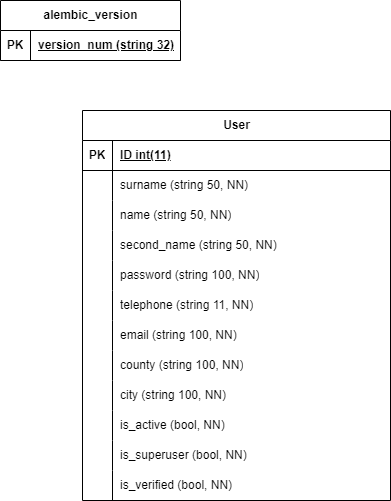
Above: Блок-схема базы.png in NikaMurs/profi24 (draw.io), before the change. Source tidied: cells renumbered, new cells last; positions are measured from the earlier drawing's top-left corner, leaving out a move shared by most shapes.
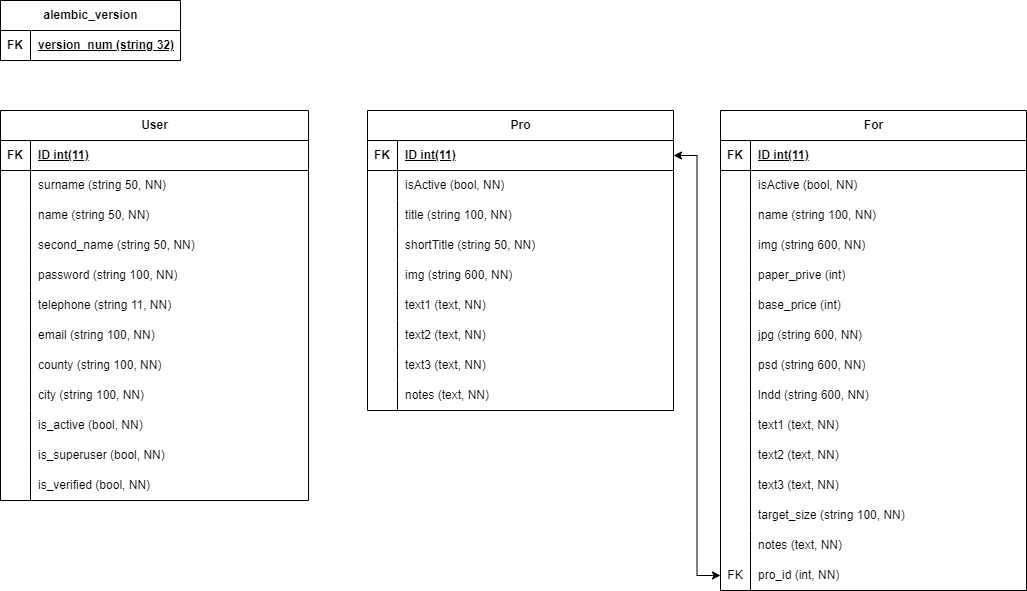
After the commit.

Change to the diagram source:
```diff
@@ -3,12 +3,12 @@
     <mxCell id="0" />
     <mxCell id="1" parent="0" />
     <mxCell id="2" value="User" style="shape=table;startSize=30;rowLines=0;fontStyle=1;align=center;html=1;" parent="1" vertex="1">
-      <mxGeometry x="82" y="110" width="308" height="390" as="geometry" />
+      <mxGeometry y="110" width="308" height="390" as="geometry" />
     </mxCell>
     <mxCell id="3" style="shape=tableRow;horizontal=0;startSize=0;swimlaneHead=0;swimlaneBody=0;fillColor=none;top=0;left=0;right=0;bottom=1;" parent="2" vertex="1">
       <mxGeometry y="30" width="308" height="30" as="geometry" />
     </mxCell>
-    <mxCell id="4" value="PK" style="shape=partialRectangle;fillColor=none;top=0;left=0;bottom=0;right=0;fontStyle=1;overflow=hidden;whiteSpace=wrap;html=1;" parent="3" vertex="1">
+    <mxCell id="4" value="FK" style="shape=partialRectangle;fillColor=none;top=0;left=0;bottom=0;right=0;fontStyle=1;overflow=hidden;whiteSpace=wrap;html=1;" parent="3" vertex="1">
       <mxGeometry width="30" height="30" as="geometry" />
     </mxCell>
     <mxCell id="5" value="ID int(11)" style="shape=partialRectangle;fillColor=none;top=0;left=0;bottom=0;right=0;align=left;spacingLeft=6;fontStyle=5;overflow=hidden;whiteSpace=wrap;html=1;" parent="3" vertex="1">
@@ -119,11 +119,236 @@
     <mxCell id="40" style="shape=tableRow;horizontal=0;startSize=0;swimlaneHead=0;swimlaneBody=0;fillColor=none;top=0;left=0;right=0;bottom=1;" parent="39" vertex="1">
       <mxGeometry y="30" width="180" height="30" as="geometry" />
     </mxCell>
-    <mxCell id="41" value="PK" style="shape=partialRectangle;fillColor=none;top=0;left=0;bottom=0;right=0;fontStyle=1;overflow=hidden;whiteSpace=wrap;html=1;" parent="40" vertex="1">
+    <mxCell id="41" value="FK" style="shape=partialRectangle;fillColor=none;top=0;left=0;bottom=0;right=0;fontStyle=1;overflow=hidden;whiteSpace=wrap;html=1;" parent="40" vertex="1">
       <mxGeometry width="30" height="30" as="geometry" />
     </mxCell>
     <mxCell id="42" value="version_num (string 32)" style="shape=partialRectangle;fillColor=none;top=0;left=0;bottom=0;right=0;align=left;spacingLeft=6;fontStyle=5;overflow=hidden;whiteSpace=wrap;html=1;" parent="40" vertex="1">
       <mxGeometry x="30" width="150" height="30" as="geometry" />
     </mxCell>
+    <mxCell id="43" value="Pro" style="shape=table;startSize=30;rowLines=0;fontStyle=1;align=center;html=1;" parent="1" vertex="1">
+      <mxGeometry x="367" y="110" width="306" height="300" as="geometry" />
+    </mxCell>
+    <mxCell id="44" style="shape=tableRow;horizontal=0;startSize=0;swimlaneHead=0;swimlaneBody=0;fillColor=none;points=[[0,0.5],[1,0.5]];portConstraint=eastwest;top=0;left=0;right=0;bottom=1;" parent="43" vertex="1">
+      <mxGeometry y="30" width="306" height="30" as="geometry" />
+    </mxCell>
+    <mxCell id="45" value="FK" style="shape=partialRectangle;fillColor=none;top=0;left=0;bottom=0;right=0;fontStyle=1;overflow=hidden;whiteSpace=wrap;html=1;" parent="44" vertex="1">
+      <mxGeometry width="30" height="30" as="geometry" />
+    </mxCell>
+    <mxCell id="46" value="ID int(11)" style="shape=partialRectangle;fillColor=none;top=0;left=0;bottom=0;right=0;align=left;spacingLeft=6;fontStyle=5;overflow=hidden;whiteSpace=wrap;html=1;" parent="44" vertex="1">
+      <mxGeometry x="30" width="276" height="30" as="geometry" />
+    </mxCell>
+    <mxCell id="47" style="shape=tableRow;horizontal=0;startSize=0;swimlaneHead=0;swimlaneBody=0;fillColor=none;top=0;left=0;right=0;bottom=0;" parent="43" vertex="1">
+      <mxGeometry y="60" width="306" height="30" as="geometry" />
+    </mxCell>
+    <mxCell id="48" style="shape=partialRectangle;fillColor=none;top=0;left=0;bottom=0;right=0;overflow=hidden;whiteSpace=wrap;html=1;" parent="47" vertex="1">
+      <mxGeometry width="30" height="30" as="geometry" />
+    </mxCell>
+    <mxCell id="49" value="isActive (bool, NN)" style="shape=partialRectangle;fillColor=none;top=0;left=0;bottom=0;right=0;align=left;spacingLeft=6;overflow=hidden;whiteSpace=wrap;html=1;" parent="47" vertex="1">
+      <mxGeometry x="30" width="276" height="30" as="geometry" />
+    </mxCell>
+    <mxCell id="50" style="shape=tableRow;horizontal=0;startSize=0;swimlaneHead=0;swimlaneBody=0;fillColor=none;top=0;left=0;right=0;bottom=0;" parent="43" vertex="1">
+      <mxGeometry y="90" width="306" height="30" as="geometry" />
+    </mxCell>
+    <mxCell id="51" style="shape=partialRectangle;fillColor=none;top=0;left=0;bottom=0;right=0;overflow=hidden;whiteSpace=wrap;html=1;" parent="50" vertex="1">
+      <mxGeometry width="30" height="30" as="geometry" />
+    </mxCell>
+    <mxCell id="52" value="title (string 100, NN)" style="shape=partialRectangle;fillColor=none;top=0;left=0;bottom=0;right=0;align=left;spacingLeft=6;overflow=hidden;whiteSpace=wrap;html=1;" parent="50" vertex="1">
+      <mxGeometry x="30" width="276" height="30" as="geometry" />
+    </mxCell>
+    <mxCell id="53" style="shape=tableRow;horizontal=0;startSize=0;swimlaneHead=0;swimlaneBody=0;fillColor=none;top=0;left=0;right=0;bottom=0;" parent="43" vertex="1">
+      <mxGeometry y="120" width="306" height="30" as="geometry" />
+    </mxCell>
+    <mxCell id="54" style="shape=partialRectangle;fillColor=none;top=0;left=0;bottom=0;right=0;overflow=hidden;whiteSpace=wrap;html=1;" parent="53" vertex="1">
+      <mxGeometry width="30" height="30" as="geometry" />
+    </mxCell>
+    <mxCell id="55" value="shortTitle (string 50, NN)" style="shape=partialRectangle;fillColor=none;top=0;left=0;bottom=0;right=0;align=left;spacingLeft=6;overflow=hidden;whiteSpace=wrap;html=1;" parent="53" vertex="1">
+      <mxGeometry x="30" width="276" height="30" as="geometry" />
+    </mxCell>
+    <mxCell id="56" style="shape=tableRow;horizontal=0;startSize=0;swimlaneHead=0;swimlaneBody=0;fillColor=none;top=0;left=0;right=0;bottom=0;" parent="43" vertex="1">
+      <mxGeometry y="150" width="306" height="30" as="geometry" />
+    </mxCell>
+    <mxCell id="57" style="shape=partialRectangle;fillColor=none;top=0;left=0;bottom=0;right=0;overflow=hidden;whiteSpace=wrap;html=1;" parent="56" vertex="1">
+      <mxGeometry width="30" height="30" as="geometry" />
+    </mxCell>
+    <mxCell id="58" value="img (string 600, NN)" style="shape=partialRectangle;fillColor=none;top=0;left=0;bottom=0;right=0;align=left;spacingLeft=6;overflow=hidden;whiteSpace=wrap;html=1;" parent="56" vertex="1">
+      <mxGeometry x="30" width="276" height="30" as="geometry" />
+    </mxCell>
+    <mxCell id="59" style="shape=tableRow;horizontal=0;startSize=0;swimlaneHead=0;swimlaneBody=0;fillColor=none;top=0;left=0;right=0;bottom=0;" parent="43" vertex="1">
+      <mxGeometry y="180" width="306" height="30" as="geometry" />
+    </mxCell>
+    <mxCell id="60" style="shape=partialRectangle;fillColor=none;top=0;left=0;bottom=0;right=0;overflow=hidden;whiteSpace=wrap;html=1;" parent="59" vertex="1">
+      <mxGeometry width="30" height="30" as="geometry" />
+    </mxCell>
+    <mxCell id="61" value="text1 (text, NN)" style="shape=partialRectangle;fillColor=none;top=0;left=0;bottom=0;right=0;align=left;spacingLeft=6;overflow=hidden;whiteSpace=wrap;html=1;" parent="59" vertex="1">
+      <mxGeometry x="30" width="276" height="30" as="geometry" />
+    </mxCell>
+    <mxCell id="62" style="shape=tableRow;horizontal=0;startSize=0;swimlaneHead=0;swimlaneBody=0;fillColor=none;top=0;left=0;right=0;bottom=0;" parent="43" vertex="1">
+      <mxGeometry y="210" width="306" height="30" as="geometry" />
+    </mxCell>
+    <mxCell id="63" style="shape=partialRectangle;fillColor=none;top=0;left=0;bottom=0;right=0;overflow=hidden;whiteSpace=wrap;html=1;" parent="62" vertex="1">
+      <mxGeometry width="30" height="30" as="geometry" />
+    </mxCell>
+    <mxCell id="64" value="text2 (text, NN)" style="shape=partialRectangle;fillColor=none;top=0;left=0;bottom=0;right=0;align=left;spacingLeft=6;overflow=hidden;whiteSpace=wrap;html=1;" parent="62" vertex="1">
+      <mxGeometry x="30" width="276" height="30" as="geometry" />
+    </mxCell>
+    <mxCell id="65" style="shape=tableRow;horizontal=0;startSize=0;swimlaneHead=0;swimlaneBody=0;fillColor=none;top=0;left=0;right=0;bottom=0;" parent="43" vertex="1">
+      <mxGeometry y="240" width="306" height="30" as="geometry" />
+    </mxCell>
+    <mxCell id="66" style="shape=partialRectangle;fillColor=none;top=0;left=0;bottom=0;right=0;overflow=hidden;whiteSpace=wrap;html=1;" parent="65" vertex="1">
+      <mxGeometry width="30" height="30" as="geometry" />
+    </mxCell>
+    <mxCell id="67" value="text3 (text, NN)" style="shape=partialRectangle;fillColor=none;top=0;left=0;bottom=0;right=0;align=left;spacingLeft=6;overflow=hidden;whiteSpace=wrap;html=1;" parent="65" vertex="1">
+      <mxGeometry x="30" width="276" height="30" as="geometry" />
+    </mxCell>
+    <mxCell id="68" style="shape=tableRow;horizontal=0;startSize=0;swimlaneHead=0;swimlaneBody=0;fillColor=none;top=0;left=0;right=0;bottom=0;" parent="43" vertex="1">
+      <mxGeometry y="270" width="306" height="30" as="geometry" />
+    </mxCell>
+    <mxCell id="69" style="shape=partialRectangle;fillColor=none;top=0;left=0;bottom=0;right=0;overflow=hidden;whiteSpace=wrap;html=1;" parent="68" vertex="1">
+      <mxGeometry width="30" height="30" as="geometry" />
+    </mxCell>
+    <mxCell id="70" value="notes (text, NN)" style="shape=partialRectangle;fillColor=none;top=0;left=0;bottom=0;right=0;align=left;spacingLeft=6;overflow=hidden;whiteSpace=wrap;html=1;" parent="68" vertex="1">
+      <mxGeometry x="30" width="276" height="30" as="geometry" />
+    </mxCell>
+    <mxCell id="71" value="For" style="shape=table;startSize=30;rowLines=0;fontStyle=1;align=center;html=1;" parent="1" vertex="1">
+      <mxGeometry x="720" y="110" width="306" height="480" as="geometry" />
+    </mxCell>
+    <mxCell id="72" style="shape=tableRow;horizontal=0;startSize=0;swimlaneHead=0;swimlaneBody=0;fillColor=none;top=0;left=0;right=0;bottom=1;" parent="71" vertex="1">
+      <mxGeometry y="30" width="306" height="30" as="geometry" />
+    </mxCell>
+    <mxCell id="73" value="FK" style="shape=partialRectangle;fillColor=none;top=0;left=0;bottom=0;right=0;fontStyle=1;overflow=hidden;whiteSpace=wrap;html=1;" parent="72" vertex="1">
+      <mxGeometry width="30" height="30" as="geometry" />
+    </mxCell>
+    <mxCell id="74" value="ID int(11)" style="shape=partialRectangle;fillColor=none;top=0;left=0;bottom=0;right=0;align=left;spacingLeft=6;fontStyle=5;overflow=hidden;whiteSpace=wrap;html=1;" parent="72" vertex="1">
+      <mxGeometry x="30" width="276" height="30" as="geometry" />
+    </mxCell>
+    <mxCell id="75" style="shape=tableRow;horizontal=0;startSize=0;swimlaneHead=0;swimlaneBody=0;fillColor=none;top=0;left=0;right=0;bottom=0;" parent="71" vertex="1">
+      <mxGeometry y="60" width="306" height="30" as="geometry" />
+    </mxCell>
+    <mxCell id="76" style="shape=partialRectangle;fillColor=none;top=0;left=0;bottom=0;right=0;overflow=hidden;whiteSpace=wrap;html=1;" parent="75" vertex="1">
+      <mxGeometry width="30" height="30" as="geometry" />
+    </mxCell>
+    <mxCell id="77" value="isActive (bool, NN)" style="shape=partialRectangle;fillColor=none;top=0;left=0;bottom=0;right=0;align=left;spacingLeft=6;overflow=hidden;whiteSpace=wrap;html=1;" parent="75" vertex="1">
+      <mxGeometry x="30" width="276" height="30" as="geometry" />
+    </mxCell>
+    <mxCell id="78" style="shape=tableRow;horizontal=0;startSize=0;swimlaneHead=0;swimlaneBody=0;fillColor=none;top=0;left=0;right=0;bottom=0;" parent="71" vertex="1">
+      <mxGeometry y="90" width="306" height="30" as="geometry" />
+    </mxCell>
+    <mxCell id="79" style="shape=partialRectangle;fillColor=none;top=0;left=0;bottom=0;right=0;overflow=hidden;whiteSpace=wrap;html=1;" parent="78" vertex="1">
+      <mxGeometry width="30" height="30" as="geometry" />
+    </mxCell>
+    <mxCell id="80" value="name (string 100, NN)" style="shape=partialRectangle;fillColor=none;top=0;left=0;bottom=0;right=0;align=left;spacingLeft=6;overflow=hidden;whiteSpace=wrap;html=1;" parent="78" vertex="1">
+      <mxGeometry x="30" width="276" height="30" as="geometry" />
+    </mxCell>
+    <mxCell id="81" style="shape=tableRow;horizontal=0;startSize=0;swimlaneHead=0;swimlaneBody=0;fillColor=none;top=0;left=0;right=0;bottom=0;" parent="71" vertex="1">
+      <mxGeometry y="120" width="306" height="30" as="geometry" />
+    </mxCell>
+    <mxCell id="82" style="shape=partialRectangle;fillColor=none;top=0;left=0;bottom=0;right=0;overflow=hidden;whiteSpace=wrap;html=1;" parent="81" vertex="1">
+      <mxGeometry width="30" height="30" as="geometry" />
+    </mxCell>
+    <mxCell id="83" value="img (string 600, NN)" style="shape=partialRectangle;fillColor=none;top=0;left=0;bottom=0;right=0;align=left;spacingLeft=6;overflow=hidden;whiteSpace=wrap;html=1;" parent="81" vertex="1">
+      <mxGeometry x="30" width="276" height="30" as="geometry" />
+    </mxCell>
+    <mxCell id="84" style="shape=tableRow;horizontal=0;startSize=0;swimlaneHead=0;swimlaneBody=0;fillColor=none;top=0;left=0;right=0;bottom=0;" parent="71" vertex="1">
+      <mxGeometry y="150" width="306" height="30" as="geometry" />
+    </mxCell>
+    <mxCell id="85" style="shape=partialRectangle;fillColor=none;top=0;left=0;bottom=0;right=0;overflow=hidden;whiteSpace=wrap;html=1;" parent="84" vertex="1">
+      <mxGeometry width="30" height="30" as="geometry" />
+    </mxCell>
+    <mxCell id="86" value="paper_prive (int)" style="shape=partialRectangle;fillColor=none;top=0;left=0;bottom=0;right=0;align=left;spacingLeft=6;overflow=hidden;whiteSpace=wrap;html=1;" parent="84" vertex="1">
+      <mxGeometry x="30" width="276" height="30" as="geometry" />
+    </mxCell>
+    <mxCell id="87" style="shape=tableRow;horizontal=0;startSize=0;swimlaneHead=0;swimlaneBody=0;fillColor=none;top=0;left=0;right=0;bottom=0;" parent="71" vertex="1">
+      <mxGeometry y="180" width="306" height="30" as="geometry" />
+    </mxCell>
+    <mxCell id="88" style="shape=partialRectangle;fillColor=none;top=0;left=0;bottom=0;right=0;overflow=hidden;whiteSpace=wrap;html=1;" parent="87" vertex="1">
+      <mxGeometry width="30" height="30" as="geometry" />
+    </mxCell>
+    <mxCell id="89" value="base_price (int)" style="shape=partialRectangle;fillColor=none;top=0;left=0;bottom=0;right=0;align=left;spacingLeft=6;overflow=hidden;whiteSpace=wrap;html=1;" parent="87" vertex="1">
+      <mxGeometry x="30" width="276" height="30" as="geometry" />
+    </mxCell>
+    <mxCell id="90" style="shape=tableRow;horizontal=0;startSize=0;swimlaneHead=0;swimlaneBody=0;fillColor=none;top=0;left=0;right=0;bottom=0;" parent="71" vertex="1">
+      <mxGeometry y="210" width="306" height="30" as="geometry" />
+    </mxCell>
+    <mxCell id="91" style="shape=partialRectangle;fillColor=none;top=0;left=0;bottom=0;right=0;overflow=hidden;whiteSpace=wrap;html=1;" parent="90" vertex="1">
+      <mxGeometry width="30" height="30" as="geometry" />
+    </mxCell>
+    <mxCell id="92" value="jpg (string 600, NN)" style="shape=partialRectangle;fillColor=none;top=0;left=0;bottom=0;right=0;align=left;spacingLeft=6;overflow=hidden;whiteSpace=wrap;html=1;" parent="90" vertex="1">
+      <mxGeometry x="30" width="276" height="30" as="geometry" />
+    </mxCell>
+    <mxCell id="93" style="shape=tableRow;horizontal=0;startSize=0;swimlaneHead=0;swimlaneBody=0;fillColor=none;top=0;left=0;right=0;bottom=0;" parent="71" vertex="1">
+      <mxGeometry y="240" width="306" height="30" as="geometry" />
+    </mxCell>
+    <mxCell id="94" style="shape=partialRectangle;fillColor=none;top=0;left=0;bottom=0;right=0;overflow=hidden;whiteSpace=wrap;html=1;" parent="93" vertex="1">
+      <mxGeometry width="30" height="30" as="geometry" />
+    </mxCell>
+    <mxCell id="95" value="psd (string 600, NN)" style="shape=partialRectangle;fillColor=none;top=0;left=0;bottom=0;right=0;align=left;spacingLeft=6;overflow=hidden;whiteSpace=wrap;html=1;" parent="93" vertex="1">
+      <mxGeometry x="30" width="276" height="30" as="geometry" />
+    </mxCell>
+    <mxCell id="96" style="shape=tableRow;horizontal=0;startSize=0;swimlaneHead=0;swimlaneBody=0;fillColor=none;top=0;left=0;right=0;bottom=0;" parent="71" vertex="1">
+      <mxGeometry y="270" width="306" height="30" as="geometry" />
+    </mxCell>
+    <mxCell id="97" style="shape=partialRectangle;fillColor=none;top=0;left=0;bottom=0;right=0;overflow=hidden;whiteSpace=wrap;html=1;" parent="96" vertex="1">
+      <mxGeometry width="30" height="30" as="geometry" />
+    </mxCell>
+    <mxCell id="98" value="&lt;div&gt;lndd (string 600, NN)&lt;br&gt;&lt;/div&gt;" style="shape=partialRectangle;fillColor=none;top=0;left=0;bottom=0;right=0;align=left;spacingLeft=6;overflow=hidden;whiteSpace=wrap;html=1;" parent="96" vertex="1">
+      <mxGeometry x="30" width="276" height="30" as="geometry" />
+    </mxCell>
+    <mxCell id="99" style="shape=tableRow;horizontal=0;startSize=0;swimlaneHead=0;swimlaneBody=0;fillColor=none;top=0;left=0;right=0;bottom=0;" parent="71" vertex="1">
+      <mxGeometry y="300" width="306" height="30" as="geometry" />
+    </mxCell>
+    <mxCell id="100" style="shape=partialRectangle;fillColor=none;top=0;left=0;bottom=0;right=0;overflow=hidden;whiteSpace=wrap;html=1;" parent="99" vertex="1">
+      <mxGeometry width="30" height="30" as="geometry" />
+    </mxCell>
+    <mxCell id="101" value="&lt;div&gt;text1 (text, NN)&lt;br&gt;&lt;/div&gt;" style="shape=partialRectangle;fillColor=none;top=0;left=0;bottom=0;right=0;align=left;spacingLeft=6;overflow=hidden;whiteSpace=wrap;html=1;" parent="99" vertex="1">
+      <mxGeometry x="30" width="276" height="30" as="geometry" />
+    </mxCell>
+    <mxCell id="102" style="shape=tableRow;horizontal=0;startSize=0;swimlaneHead=0;swimlaneBody=0;fillColor=none;top=0;left=0;right=0;bottom=0;" parent="71" vertex="1">
+      <mxGeometry y="330" width="306" height="30" as="geometry" />
+    </mxCell>
+    <mxCell id="103" style="shape=partialRectangle;fillColor=none;top=0;left=0;bottom=0;right=0;overflow=hidden;whiteSpace=wrap;html=1;" parent="102" vertex="1">
+      <mxGeometry width="30" height="30" as="geometry" />
+    </mxCell>
+    <mxCell id="104" value="&lt;div&gt;text2 (text, NN)&lt;br&gt;&lt;/div&gt;" style="shape=partialRectangle;fillColor=none;top=0;left=0;bottom=0;right=0;align=left;spacingLeft=6;overflow=hidden;whiteSpace=wrap;html=1;" parent="102" vertex="1">
+      <mxGeometry x="30" width="276" height="30" as="geometry" />
+    </mxCell>
+    <mxCell id="105" style="shape=tableRow;horizontal=0;startSize=0;swimlaneHead=0;swimlaneBody=0;fillColor=none;top=0;left=0;right=0;bottom=0;" parent="71" vertex="1">
+      <mxGeometry y="360" width="306" height="30" as="geometry" />
+    </mxCell>
+    <mxCell id="106" style="shape=partialRectangle;fillColor=none;top=0;left=0;bottom=0;right=0;overflow=hidden;whiteSpace=wrap;html=1;" parent="105" vertex="1">
+      <mxGeometry width="30" height="30" as="geometry" />
+    </mxCell>
+    <mxCell id="107" value="&lt;div&gt;text3 (text, NN)&lt;br&gt;&lt;/div&gt;" style="shape=partialRectangle;fillColor=none;top=0;left=0;bottom=0;right=0;align=left;spacingLeft=6;overflow=hidden;whiteSpace=wrap;html=1;" parent="105" vertex="1">
+      <mxGeometry x="30" width="276" height="30" as="geometry" />
+    </mxCell>
+    <mxCell id="108" style="shape=tableRow;horizontal=0;startSize=0;swimlaneHead=0;swimlaneBody=0;fillColor=none;top=0;left=0;right=0;bottom=0;" parent="71" vertex="1">
+      <mxGeometry y="390" width="306" height="30" as="geometry" />
+    </mxCell>
+    <mxCell id="109" style="shape=partialRectangle;fillColor=none;top=0;left=0;bottom=0;right=0;overflow=hidden;whiteSpace=wrap;html=1;" parent="108" vertex="1">
+      <mxGeometry width="30" height="30" as="geometry" />
+    </mxCell>
+    <mxCell id="110" value="&lt;div&gt;target_size (string 100, NN)&lt;br&gt;&lt;/div&gt;" style="shape=partialRectangle;fillColor=none;top=0;left=0;bottom=0;right=0;align=left;spacingLeft=6;overflow=hidden;whiteSpace=wrap;html=1;" parent="108" vertex="1">
+      <mxGeometry x="30" width="276" height="30" as="geometry" />
+    </mxCell>
+    <mxCell id="111" style="shape=tableRow;horizontal=0;startSize=0;swimlaneHead=0;swimlaneBody=0;fillColor=none;top=0;left=0;right=0;bottom=0;" parent="71" vertex="1">
+      <mxGeometry y="420" width="306" height="30" as="geometry" />
+    </mxCell>
+    <mxCell id="112" style="shape=partialRectangle;fillColor=none;top=0;left=0;bottom=0;right=0;overflow=hidden;whiteSpace=wrap;html=1;" parent="111" vertex="1">
+      <mxGeometry width="30" height="30" as="geometry" />
+    </mxCell>
+    <mxCell id="113" value="&lt;div&gt;notes (text, NN)&lt;br&gt;&lt;/div&gt;" style="shape=partialRectangle;fillColor=none;top=0;left=0;bottom=0;right=0;align=left;spacingLeft=6;overflow=hidden;whiteSpace=wrap;html=1;" parent="111" vertex="1">
+      <mxGeometry x="30" width="276" height="30" as="geometry" />
+    </mxCell>
+    <mxCell id="114" style="shape=tableRow;horizontal=0;startSize=0;swimlaneHead=0;swimlaneBody=0;fillColor=none;points=[[0,0.5],[1,0.5]];portConstraint=eastwest;top=0;left=0;right=0;bottom=0;" parent="71" vertex="1">
+      <mxGeometry y="450" width="306" height="30" as="geometry" />
+    </mxCell>
+    <mxCell id="115" value="FK" style="shape=partialRectangle;fillColor=none;top=0;left=0;bottom=0;right=0;overflow=hidden;whiteSpace=wrap;html=1;" parent="114" vertex="1">
+      <mxGeometry width="30" height="30" as="geometry" />
+    </mxCell>
+    <mxCell id="116" value="&lt;div&gt;pro_id (int, NN)&lt;br&gt;&lt;/div&gt;" style="shape=partialRectangle;fillColor=none;top=0;left=0;bottom=0;right=0;align=left;spacingLeft=6;overflow=hidden;whiteSpace=wrap;html=1;" parent="114" vertex="1">
+      <mxGeometry x="30" width="276" height="30" as="geometry" />
+    </mxCell>
+    <mxCell id="117" style="edgeStyle=orthogonalEdgeStyle;rounded=0;jettySize=auto;html=1;entryX=1;entryY=0.5;entryDx=0;entryDy=0;startArrow=classic;startFill=1;" parent="1" edge="1" source="114" target="44">
+      <mxGeometry relative="1" as="geometry" />
+    </mxCell>
   </root>
 </mxGraphModel>
```
